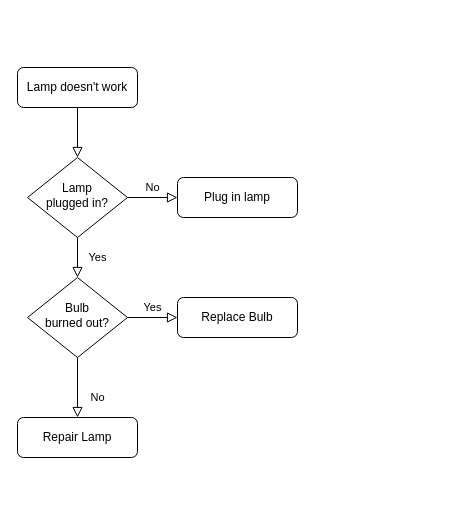
Above: Untitled Diagram.drawio in ParnRien/ParnRienkijkarn (draw.io), before the change. Source tidied: cells renumbered, new cells numbered last; positions are measured from the earlier drawing's top-left corner, leaving out a move shared by most shapes. Both pictures are drawn from the tidied source at 100%, with x=0, y=0 at pixel (17, 67).
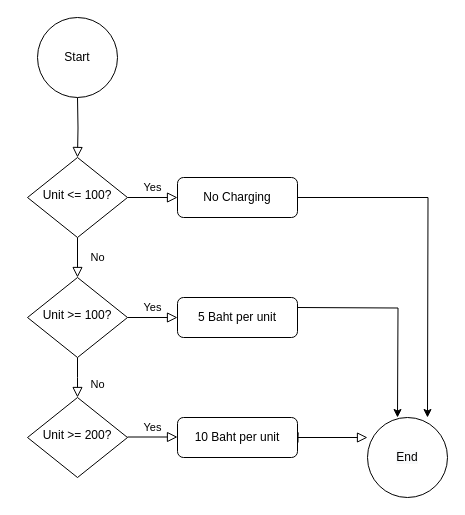
Above is the later version.

Commit message:
Incorrect flowchart In-class exercise 2 10/03/2022

The edit, as a diff of the source:
```diff
@@
-    <mxCell id="2" style="rounded=0;html=1;jettySize=auto;fontSize=11;endArrow=block;endFill=0;endSize=8;strokeWidth=1;shadow=0;labelBackgroundColor=none;edgeStyle=orthogonalEdgeStyle;" parent="1" edge="1" source="3" target="6">
-      <mxGeometry relative="1" as="geometry" />
+    <mxCell id="2" style="rounded=0;html=1;jettySize=auto;fontSize=11;endArrow=block;endFill=0;endSize=8;strokeWidth=1;shadow=0;labelBackgroundColor=none;edgeStyle=orthogonalEdgeStyle;" parent="1" edge="1" target="6">
+      <mxGeometry relative="1" as="geometry">
+        <mxPoint x="60" y="30" as="sourcePoint" />
+      </mxGeometry>
     </mxCell>
-    <mxCell id="3" value="Lamp doesn't work" style="rounded=1;whiteSpace=wrap;html=1;fontSize=12;glass=0;strokeWidth=1;shadow=0;" parent="1" vertex="1">
-      <mxGeometry width="120" height="40" as="geometry" />
-    </mxCell>
-    <mxCell id="4" value="Yes" style="rounded=0;html=1;jettySize=auto;fontSize=11;endArrow=block;endFill=0;endSize=8;strokeWidth=1;shadow=0;labelBackgroundColor=none;edgeStyle=orthogonalEdgeStyle;" parent="1" edge="1" source="6" target="10">
+    <mxCell id="4" value="No" style="rounded=0;html=1;jettySize=auto;fontSize=11;endArrow=block;endFill=0;endSize=8;strokeWidth=1;shadow=0;labelBackgroundColor=none;edgeStyle=orthogonalEdgeStyle;" parent="1" edge="1" source="6" target="10">
       <mxGeometry y="20" relative="1" as="geometry" />
     </mxCell>
-    <mxCell id="5" value="No" style="edgeStyle=orthogonalEdgeStyle;rounded=0;html=1;jettySize=auto;fontSize=11;endArrow=block;endFill=0;endSize=8;strokeWidth=1;shadow=0;labelBackgroundColor=none;" parent="1" edge="1" source="6" target="7">
+    <mxCell id="5" value="Yes" style="edgeStyle=orthogonalEdgeStyle;rounded=0;html=1;jettySize=auto;fontSize=11;endArrow=block;endFill=0;endSize=8;strokeWidth=1;shadow=0;labelBackgroundColor=none;" parent="1" edge="1" source="6" target="7">
       <mxGeometry y="10" relative="1" as="geometry" />
     </mxCell>
-    <mxCell id="6" value="Lamp&lt;br&gt;plugged in?" style="rhombus;whiteSpace=wrap;html=1;shadow=0;fontFamily=Helvetica;fontSize=12;align=center;strokeWidth=1;spacing=6;spacingTop=-4;" parent="1" vertex="1">
+    <mxCell id="6" value="Unit &amp;lt;= 100?" style="rhombus;whiteSpace=wrap;html=1;shadow=0;fontFamily=Helvetica;fontSize=12;align=center;strokeWidth=1;spacing=6;spacingTop=-4;" parent="1" vertex="1">
       <mxGeometry x="10" y="90" width="100" height="80" as="geometry" />
     </mxCell>
+    <mxCell id="13" style="edgeStyle=orthogonalEdgeStyle;rounded=0;jettySize=auto;html=1;entryX=0.5;entryY=0;entryDx=0;entryDy=0;" parent="1" edge="1" source="7">
+      <mxGeometry relative="1" as="geometry">
+        <mxPoint x="410" y="350" as="targetPoint" />
+      </mxGeometry>
+    </mxCell>
-    <mxCell id="7" value="Plug in lamp" style="rounded=1;whiteSpace=wrap;html=1;fontSize=12;glass=0;strokeWidth=1;shadow=0;" parent="1" vertex="1">
+    <mxCell id="7" value="No Charging" style="rounded=1;whiteSpace=wrap;html=1;fontSize=12;glass=0;strokeWidth=1;shadow=0;" parent="1" vertex="1">
       <mxGeometry x="160" y="110" width="120" height="40" as="geometry" />
     </mxCell>
-    <mxCell id="8" value="No" style="rounded=0;html=1;jettySize=auto;fontSize=11;endArrow=block;endFill=0;endSize=8;strokeWidth=1;shadow=0;labelBackgroundColor=none;edgeStyle=orthogonalEdgeStyle;" parent="1" edge="1" source="10" target="11">
-      <mxGeometry x="0.33" y="20" relative="1" as="geometry" />
+    <mxCell id="8" value="No" style="rounded=0;html=1;jettySize=auto;fontSize=11;endArrow=block;endFill=0;endSize=8;strokeWidth=1;shadow=0;labelBackgroundColor=none;edgeStyle=orthogonalEdgeStyle;" parent="1" edge="1" source="10">
+      <mxGeometry x="0.33" y="20" relative="1" as="geometry">
+        <mxPoint x="60" y="330" as="targetPoint" />
+      </mxGeometry>
     </mxCell>
@@
-    <mxCell id="10" value="Bulb&lt;br&gt;burned out?" style="rhombus;whiteSpace=wrap;html=1;shadow=0;fontFamily=Helvetica;fontSize=12;align=center;strokeWidth=1;spacing=6;spacingTop=-4;" parent="1" vertex="1">
+    <mxCell id="10" value="Unit &amp;gt;= 100?" style="rhombus;whiteSpace=wrap;html=1;shadow=0;fontFamily=Helvetica;fontSize=12;align=center;strokeWidth=1;spacing=6;spacingTop=-4;" parent="1" vertex="1">
       <mxGeometry x="10" y="210" width="100" height="80" as="geometry" />
     </mxCell>
-    <mxCell id="11" value="Repair Lamp" style="rounded=1;whiteSpace=wrap;html=1;fontSize=12;glass=0;strokeWidth=1;shadow=0;" parent="1" vertex="1">
-      <mxGeometry y="350" width="120" height="40" as="geometry" />
-    </mxCell>
-    <mxCell id="12" value="Replace Bulb" style="rounded=1;whiteSpace=wrap;html=1;fontSize=12;glass=0;strokeWidth=1;shadow=0;" parent="1" vertex="1">
+    <mxCell id="12" value="5 Baht per unit" style="rounded=1;whiteSpace=wrap;html=1;fontSize=12;glass=0;strokeWidth=1;shadow=0;" parent="1" vertex="1">
       <mxGeometry x="160" y="230" width="120" height="40" as="geometry" />
     </mxCell>
+    <mxCell id="14" value="Unit &amp;gt;= 200?" style="rhombus;whiteSpace=wrap;html=1;shadow=0;fontFamily=Helvetica;fontSize=12;align=center;strokeWidth=1;spacing=6;spacingTop=-4;" parent="1" vertex="1">
+      <mxGeometry x="10" y="330" width="100" height="80" as="geometry" />
+    </mxCell>
+    <mxCell id="15" value="10 Baht per unit" style="rounded=1;whiteSpace=wrap;html=1;fontSize=12;glass=0;strokeWidth=1;shadow=0;" parent="1" vertex="1">
+      <mxGeometry x="160" y="350" width="120" height="40" as="geometry" />
+    </mxCell>
+    <mxCell id="16" value="Yes" style="edgeStyle=orthogonalEdgeStyle;rounded=0;html=1;jettySize=auto;orthogonalLoop=1;fontSize=11;endArrow=block;endFill=0;endSize=8;strokeWidth=1;shadow=0;labelBackgroundColor=none;" parent="1" edge="1">
+      <mxGeometry y="10" relative="1" as="geometry">
+        <mxPoint x="110" y="369.5" as="sourcePoint" />
+        <mxPoint x="160" y="369.5" as="targetPoint" />
+      </mxGeometry>
+    </mxCell>
+    <mxCell id="17" style="rounded=0;html=1;jettySize=auto;orthogonalLoop=1;fontSize=11;endArrow=block;endFill=0;endSize=8;strokeWidth=1;shadow=0;labelBackgroundColor=none;edgeStyle=orthogonalEdgeStyle;entryX=0;entryY=0.5;entryDx=0;entryDy=0;" parent="1" edge="1">
+      <mxGeometry relative="1" as="geometry">
+        <mxPoint x="280.5" y="375" as="sourcePoint" />
+        <mxPoint x="350" y="370" as="targetPoint" />
+        <Array as="points">
+          <mxPoint x="281" y="365" />
+          <mxPoint x="280" y="370" />
+        </Array>
+      </mxGeometry>
+    </mxCell>
+    <mxCell id="18" style="edgeStyle=orthogonalEdgeStyle;rounded=0;orthogonalLoop=1;jettySize=auto;html=1;entryX=0.25;entryY=0;entryDx=0;entryDy=0;" parent="1" edge="1">
+      <mxGeometry relative="1" as="geometry">
+        <mxPoint x="280" y="240" as="sourcePoint" />
+        <mxPoint x="380" y="350" as="targetPoint" />
+      </mxGeometry>
+    </mxCell>
+    <mxCell id="19" value="&lt;span&gt;Start&lt;/span&gt;" style="ellipse;whiteSpace=wrap;html=1;" parent="1" vertex="1">
+      <mxGeometry x="20" y="-50" width="80" height="80" as="geometry" />
+    </mxCell>
+    <mxCell id="20" value="&lt;span style=&quot;color: rgb(0, 0, 0); font-family: helvetica; font-size: 12px; font-style: normal; font-weight: 400; letter-spacing: normal; text-align: center; text-indent: 0px; text-transform: none; word-spacing: 0px; background-color: rgb(248, 249, 250); display: inline; float: none;&quot;&gt;End&lt;/span&gt;" style="ellipse;whiteSpace=wrap;html=1;" parent="1" vertex="1">
+      <mxGeometry x="350" y="350" width="80" height="80" as="geometry" />
+    </mxCell>
```
